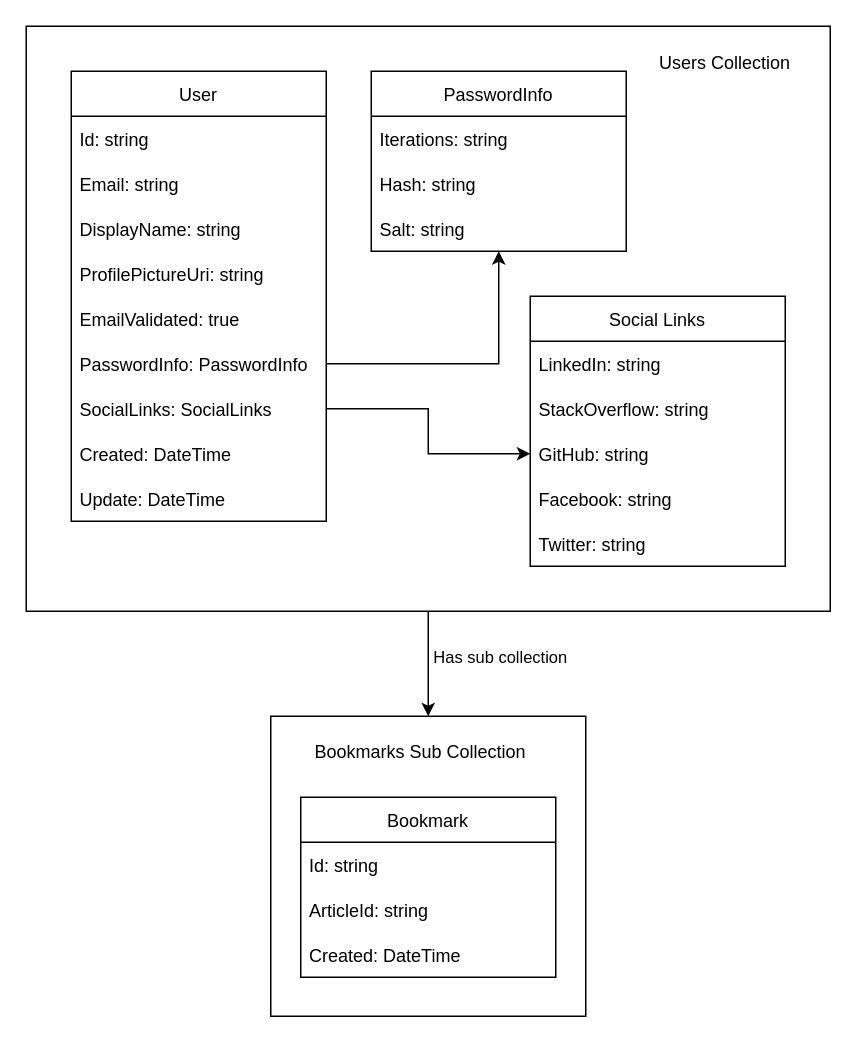
Earlier version of the draw.io diagram data-model/data-model.drawio (down-cast/architecture-and-docs). Source tidied: cells renumbered, new cells numbered last; positions are measured from the earlier drawing's top-left corner, leaving out a move shared by most shapes. Both pictures are drawn from the tidied source at 150%, with x=0, y=0 at pixel (26, 26).
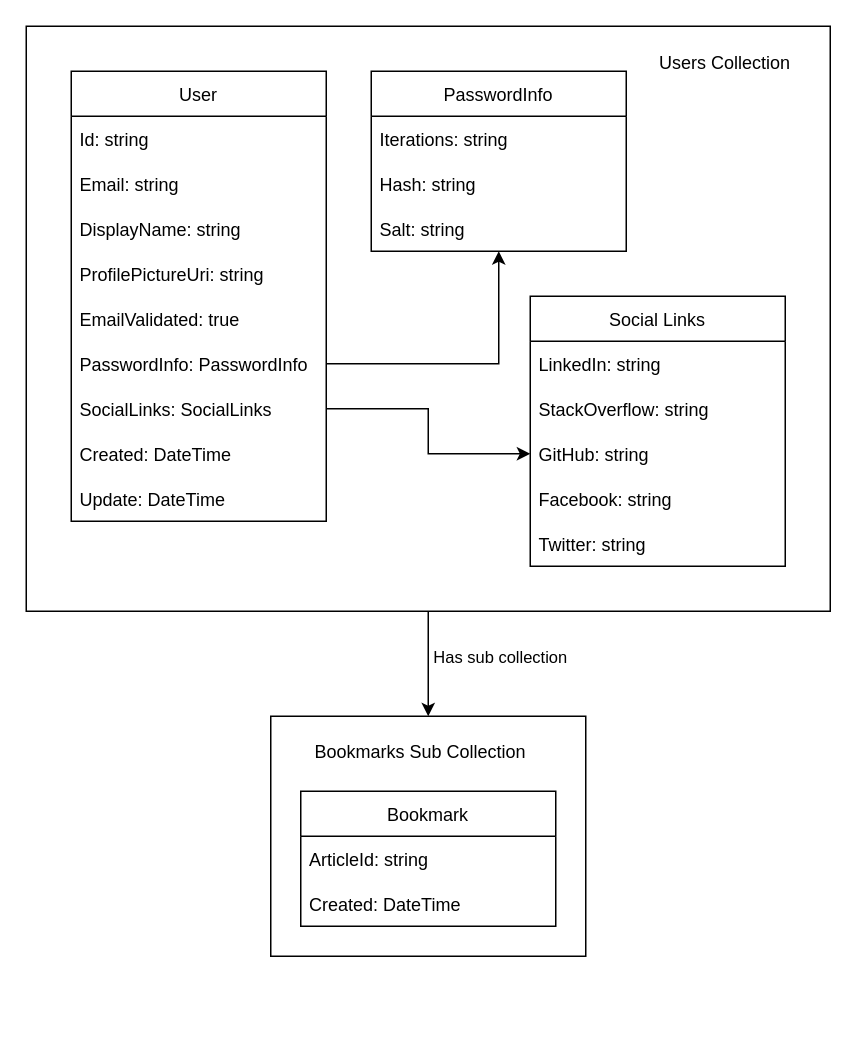
Above is the later version.

Change to the diagram source:
```diff
@@
-    <mxCell id="29" style="group;" parent="1" vertex="1">
-      <mxGeometry x="163" y="460" width="210" height="200" as="geometry" />
-    </mxCell>
+    <mxCell id="36" style="group;" parent="1" vertex="1">
+      <mxGeometry x="163" y="460" width="210" height="160" as="geometry" />
+    </mxCell>
-    <mxCell id="30" style="rounded=0;whiteSpace=wrap;html=1;glass=0;fillStyle=auto;fillColor=none;" parent="29" vertex="1">
-      <mxGeometry width="210" height="200" as="geometry" />
+    <mxCell id="30" style="rounded=0;whiteSpace=wrap;html=1;glass=0;fillStyle=auto;fillColor=none;" parent="36" vertex="1">
+      <mxGeometry width="210" height="160" as="geometry" />
     </mxCell>
-    <mxCell id="31" value="Bookmark" style="swimlane;fontStyle=0;horizontal=1;startSize=30;fillStyle=auto;swimlaneLine=1;glass=0;" parent="29" vertex="1">
-      <mxGeometry x="20" y="54" width="170" height="120" as="geometry" />
+    <mxCell id="31" value="Bookmark" style="swimlane;fontStyle=0;horizontal=1;startSize=30;fillStyle=auto;swimlaneLine=1;glass=0;" parent="36" vertex="1">
+      <mxGeometry x="20" y="50" width="170" height="90" as="geometry" />
     </mxCell>
-    <mxCell id="32" value="Id: string" style="text;strokeColor=none;fillColor=none;align=left;verticalAlign=middle;spacingLeft=4;spacingRight=4;overflow=hidden;" parent="31" vertex="1">
-      <mxGeometry y="30" width="170" height="30" as="geometry" />
-    </mxCell>
     <mxCell id="33" value="ArticleId: string" style="text;strokeColor=none;fillColor=none;align=left;verticalAlign=middle;spacingLeft=4;spacingRight=4;overflow=hidden;" parent="31" vertex="1">
-      <mxGeometry y="60" width="170" height="30" as="geometry" />
+      <mxGeometry y="30" width="170" height="30" as="geometry" />
     </mxCell>
     <mxCell id="34" value="Created: DateTime" style="text;strokeColor=none;fillColor=none;align=left;verticalAlign=middle;spacingLeft=4;spacingRight=4;overflow=hidden;" parent="31" vertex="1">
-      <mxGeometry y="90" width="170" height="30" as="geometry" />
+      <mxGeometry y="60" width="170" height="30" as="geometry" />
     </mxCell>
-    <mxCell id="35" value="Bookmarks Sub Collection" style="text;html=1;strokeColor=none;fillColor=none;align=center;verticalAlign=middle;whiteSpace=wrap;rounded=0;glass=0;fillStyle=auto;" parent="29" vertex="1">
+    <mxCell id="35" value="Bookmarks Sub Collection" style="text;html=1;strokeColor=none;fillColor=none;align=center;verticalAlign=middle;whiteSpace=wrap;rounded=0;glass=0;fillStyle=auto;" parent="36" vertex="1">
       <mxGeometry x="20" y="9" width="160" height="30" as="geometry" />
     </mxCell>
```
